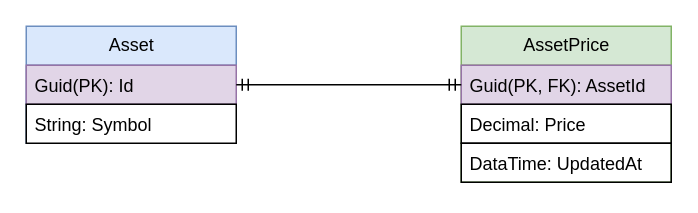
Nikolas321654/Magnise_test_work keeps this draw.io diagram as docs/Database_diagram.drawio. Above is the earlier version. Source tidied: cells renumbered, new cells numbered last; positions are measured from the earlier drawing's top-left corner, leaving out a move shared by most shapes. Both pictures are drawn from the tidied source at 150%, with x=0, y=0 at pixel (26, 26).
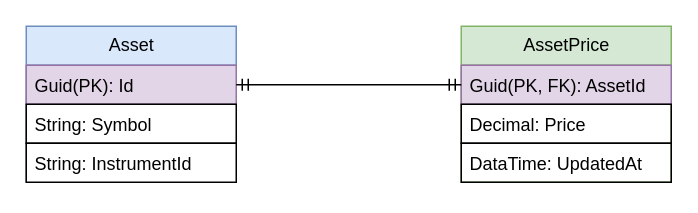
The same diagram, later.

What changed in the source:
```diff
@@
 <mxGraphModel>
   <root>
     <mxCell id="0" />
     <mxCell id="1" parent="0" />
     <mxCell id="2" value="Asset" style="swimlane;fontStyle=0;horizontal=1;startSize=26;fillColor=#dae8fc;html=1;strokeColor=#6c8ebf;" parent="1" vertex="1">
-      <mxGeometry width="140" height="78" as="geometry" />
+      <mxGeometry width="140" height="104" as="geometry" />
     </mxCell>
     <mxCell id="3" value="Guid(PK): Id" style="text;strokeColor=#9673a6;fillColor=#e1d5e7;align=left;verticalAlign=top;spacingLeft=4;spacingRight=4;overflow=hidden;points=[[0,0.5],[1,0.5]];portConstraint=eastwest;whiteSpace=wrap;html=1;" parent="2" vertex="1">
       <mxGeometry y="26" width="140" height="26" as="geometry" />
     </mxCell>
     <mxCell id="4" value="String: Symbol" style="text;strokeColor=default;fillColor=default;align=left;verticalAlign=top;spacingLeft=4;spacingRight=4;overflow=hidden;whiteSpace=wrap;html=1;" parent="2" vertex="1">
       <mxGeometry y="52" width="140" height="26" as="geometry" />
     </mxCell>
+    <mxCell id="10" value="String:   InstrumentId" style="text;strokeColor=default;fillColor=default;align=left;verticalAlign=top;spacingLeft=4;spacingRight=4;overflow=hidden;whiteSpace=wrap;html=1;" parent="2" vertex="1">
+      <mxGeometry y="78" width="140" height="26" as="geometry" />
+    </mxCell>
     <mxCell id="5" value="AssetPrice" style="swimlane;fontStyle=0;horizontal=1;startSize=26;fillColor=#d5e8d4;html=1;strokeColor=#82b366;" parent="1" vertex="1">
       <mxGeometry x="290" width="140" height="104" as="geometry" />
     </mxCell>
     <mxCell id="6" value="Guid(PK, FK): AssetId" style="text;strokeColor=#9673a6;fillColor=#e1d5e7;align=left;verticalAlign=top;spacingLeft=4;spacingRight=4;overflow=hidden;points=[[0,0.5],[1,0.5]];portConstraint=eastwest;whiteSpace=wrap;html=1;" parent="5" vertex="1">
       <mxGeometry y="26" width="140" height="26" as="geometry" />
     </mxCell>
     <mxCell id="7" value="Decimal: Price" style="text;strokeColor=default;fillColor=none;align=left;verticalAlign=top;spacingLeft=4;spacingRight=4;overflow=hidden;whiteSpace=wrap;html=1;" parent="5" vertex="1">
       <mxGeometry y="52" width="140" height="26" as="geometry" />
     </mxCell>
     <mxCell id="8" value="DataTime: UpdatedAt" style="text;strokeColor=default;fillColor=none;align=left;verticalAlign=top;spacingLeft=4;spacingRight=4;overflow=hidden;whiteSpace=wrap;html=1;" parent="5" vertex="1">
       <mxGeometry y="78" width="140" height="26" as="geometry" />
     </mxCell>
     <mxCell id="9" style="edgeStyle=orthogonalEdgeStyle;rounded=0;jettySize=auto;html=1;exitX=1;exitY=0.5;exitDx=0;exitDy=0;entryX=0;entryY=0.5;entryDx=0;entryDy=0;endArrow=ERmandOne;endFill=0;startArrow=ERmandOne;startFill=0;" parent="1" edge="1" source="3" target="6">
       <mxGeometry relative="1" as="geometry" />
     </mxCell>
   </root>
 </mxGraphModel>
```
